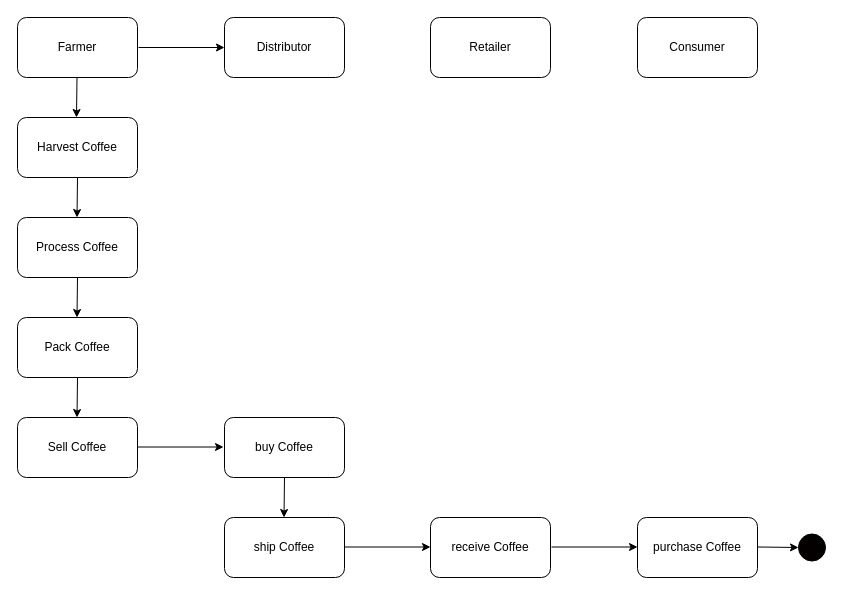
The draw.io diagram uml/Activity.drawio in thomasbln/udacity-coffeesupplychain, before the edit. Source tidied: cells renumbered, new cells numbered last; positions are measured from the earlier drawing's top-left corner, leaving out a move shared by most shapes. Both pictures are drawn from the tidied source at 100%, with x=0, y=0 at pixel (17, 17).
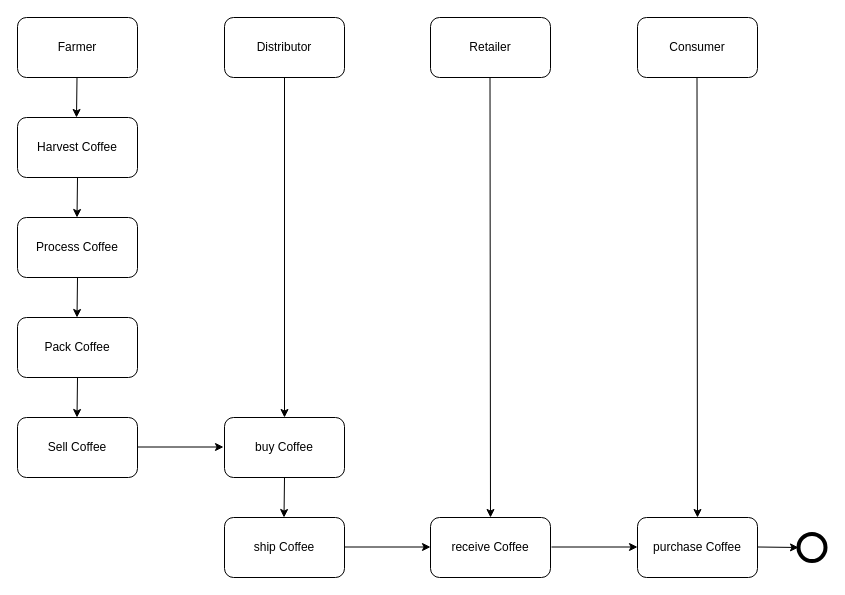
After the change.

Unchanged cells that the change refers to:
```xml
<mxCell id="3" value="Distributor" style="rounded=1;whiteSpace=wrap;html=1;" parent="1" vertex="1">
  <mxGeometry x="207" width="120" height="60" as="geometry" />
</mxCell>
<mxCell id="10" value="buy Coffee" style="rounded=1;whiteSpace=wrap;html=1;" parent="1" vertex="1">
  <mxGeometry x="207" y="400" width="120" height="60" as="geometry" />
</mxCell>
<mxCell id="12" value="receive Coffee" style="rounded=1;whiteSpace=wrap;html=1;" parent="1" vertex="1">
  <mxGeometry x="413" y="500" width="120" height="60" as="geometry" />
</mxCell>
```

The edit, as a diff of the source:
```diff
@@
-    <mxCell id="14" style="ellipse;whiteSpace=wrap;html=1;strokeColor=#000000;fillColor=#050000;" parent="1" vertex="1">
+    <mxCell id="14" style="ellipse;whiteSpace=wrap;html=1;strokeColor=#000000;fillColor=#ffffff;strokeWidth=4;" parent="1" vertex="1">
       <mxGeometry x="781" y="516.5" width="27" height="27" as="geometry" />
     </mxCell>
-    <mxCell id="15" style="endArrow=classic;html=1;rounded=0;entryX=0;entryY=0.5;entryDx=0;entryDy=0;" parent="1" edge="1" target="3">
-      <mxGeometry relative="1" as="geometry">
-        <mxPoint x="121" y="30" as="sourcePoint" />
-      </mxGeometry>
-    </mxCell>
@@
+    <mxCell id="25" style="endArrow=classic;html=1;rounded=0;entryX=0.5;entryY=0;entryDx=0;entryDy=0;exitX=0.5;exitY=1;exitDx=0;exitDy=0;" parent="1" edge="1" source="3" target="10">
+      <mxGeometry relative="1" as="geometry" />
+    </mxCell>
+    <mxCell id="26" style="endArrow=classic;html=1;rounded=0;entryX=0.5;entryY=0;entryDx=0;entryDy=0;exitX=0.5;exitY=1;exitDx=0;exitDy=0;" parent="1" edge="1" target="12">
+      <mxGeometry relative="1" as="geometry">
+        <mxPoint x="472.5" y="60" as="sourcePoint" />
+      </mxGeometry>
+    </mxCell>
+    <mxCell id="27" style="endArrow=classic;html=1;rounded=0;entryX=0.5;entryY=0;entryDx=0;entryDy=0;exitX=0.5;exitY=1;exitDx=0;exitDy=0;" parent="1" edge="1">
+      <mxGeometry relative="1" as="geometry">
+        <mxPoint x="679.5" y="60" as="sourcePoint" />
+        <mxPoint x="680" y="500" as="targetPoint" />
+      </mxGeometry>
+    </mxCell>
```
